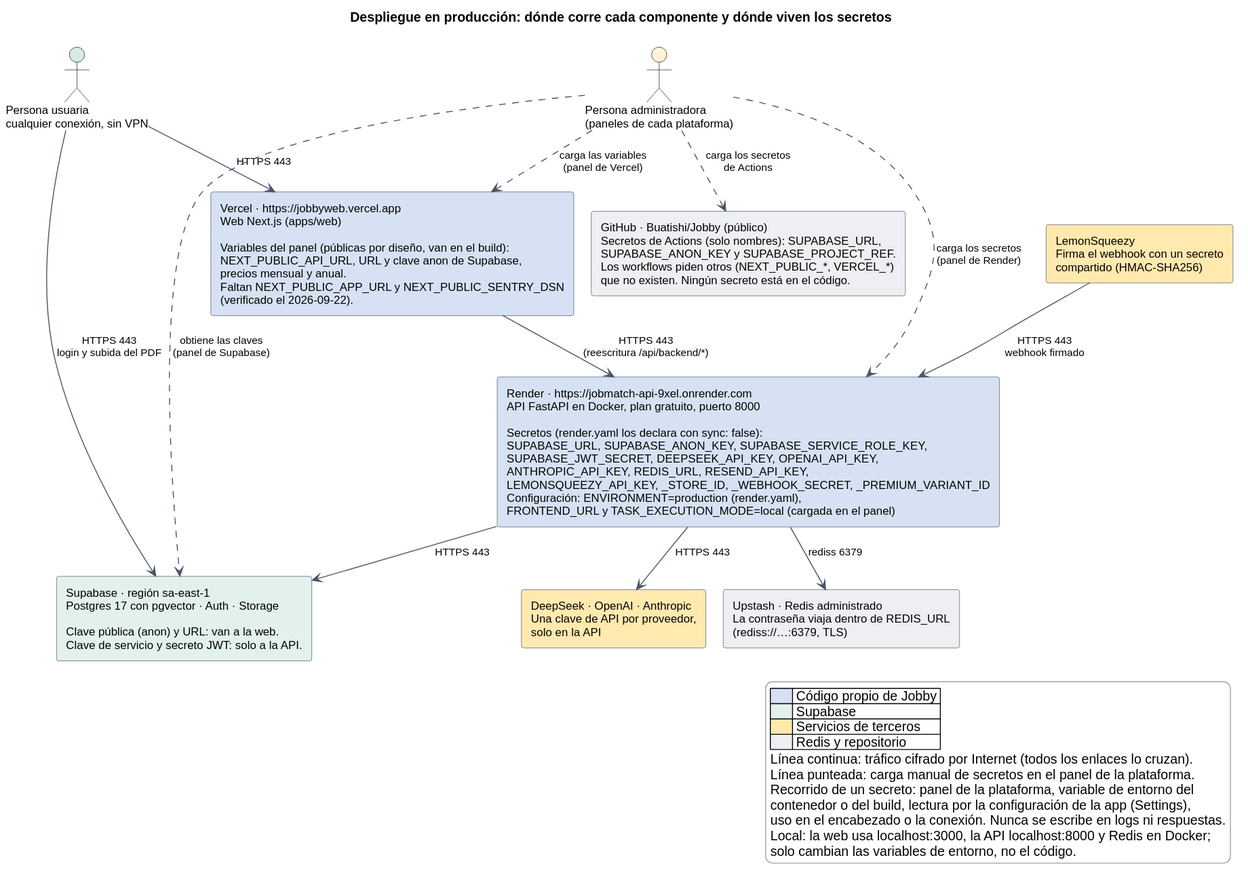
Buatishi/Jobby keeps this PlantUML diagram as docs/diagramas/despliegue-y-secretos.svg. Above is the earlier version.
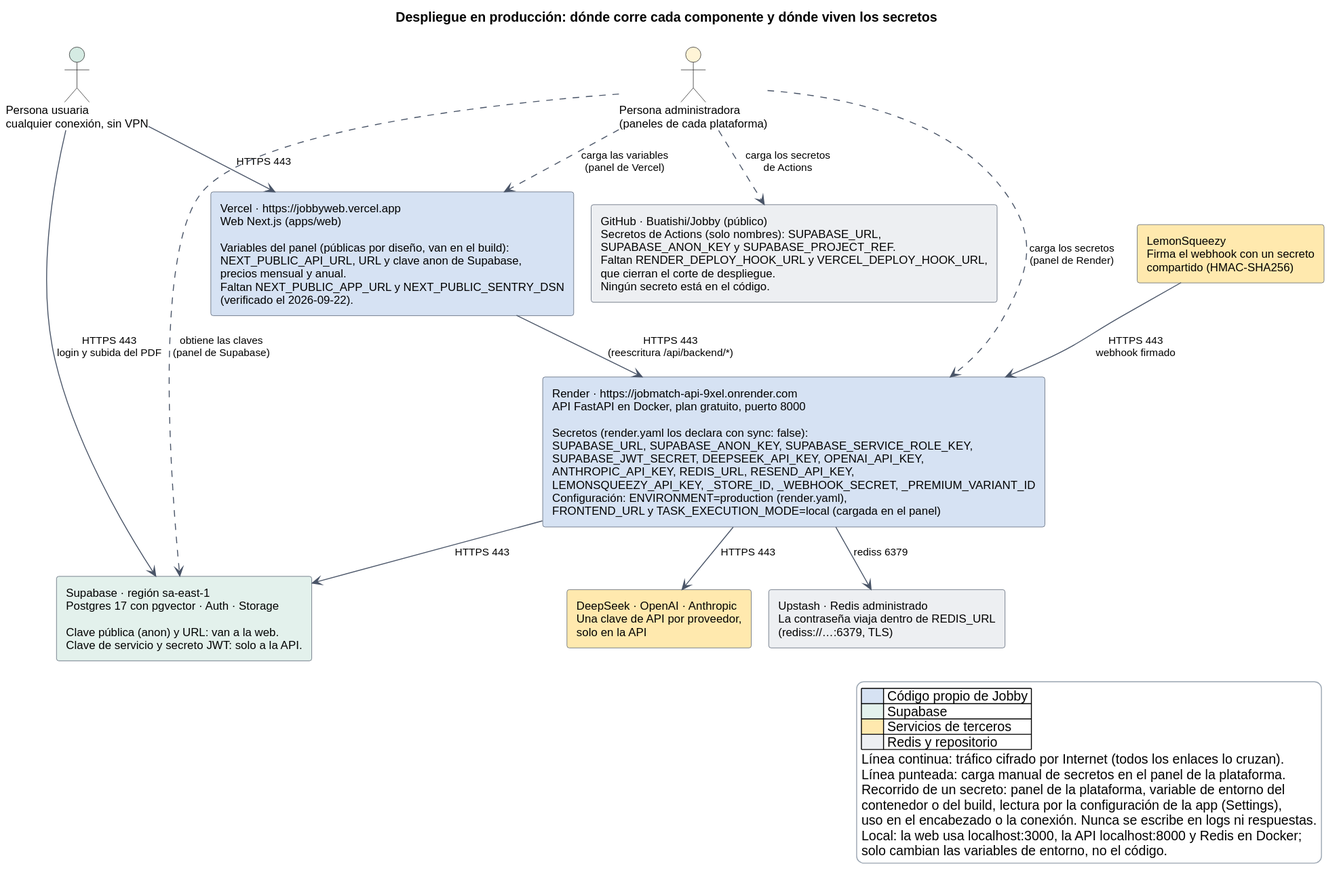
The same diagram one commit later.

Commit message:
Update the pipeline documentation now that it runs and blocks the deploy

What changed in the source:
```diff
@@ -27,7 +27,7 @@
 
 rectangle "LemonSqueezy\nFirma el webhook con un secreto\ncompartido (HMAC-SHA256)" as LS #FFE9AE
 
-rectangle "GitHub · Buatishi/Jobby (público)\nSecretos de Actions (solo nombres): SUPABASE_URL,\nSUPABASE_ANON_KEY y SUPABASE_PROJECT_REF.\nLos workflows piden otros (NEXT_PUBLIC_*, VERCEL_*)\nque no existen. Ningún secreto está en el código." as GH #EDEFF2
+rectangle "GitHub · Buatishi/Jobby (público)\nSecretos de Actions (solo nombres): SUPABASE_URL,\nSUPABASE_ANON_KEY y SUPABASE_PROJECT_REF.\nFaltan RENDER_DEPLOY_HOOK_URL y VERCEL_DEPLOY_HOOK_URL,\nque cierran el corte de despliegue.\nNingún secreto está en el código." as GH #EDEFF2
 
 U --> WEB : HTTPS 443
 U --> SUP : HTTPS 443\nlogin y subida del PDF
```
